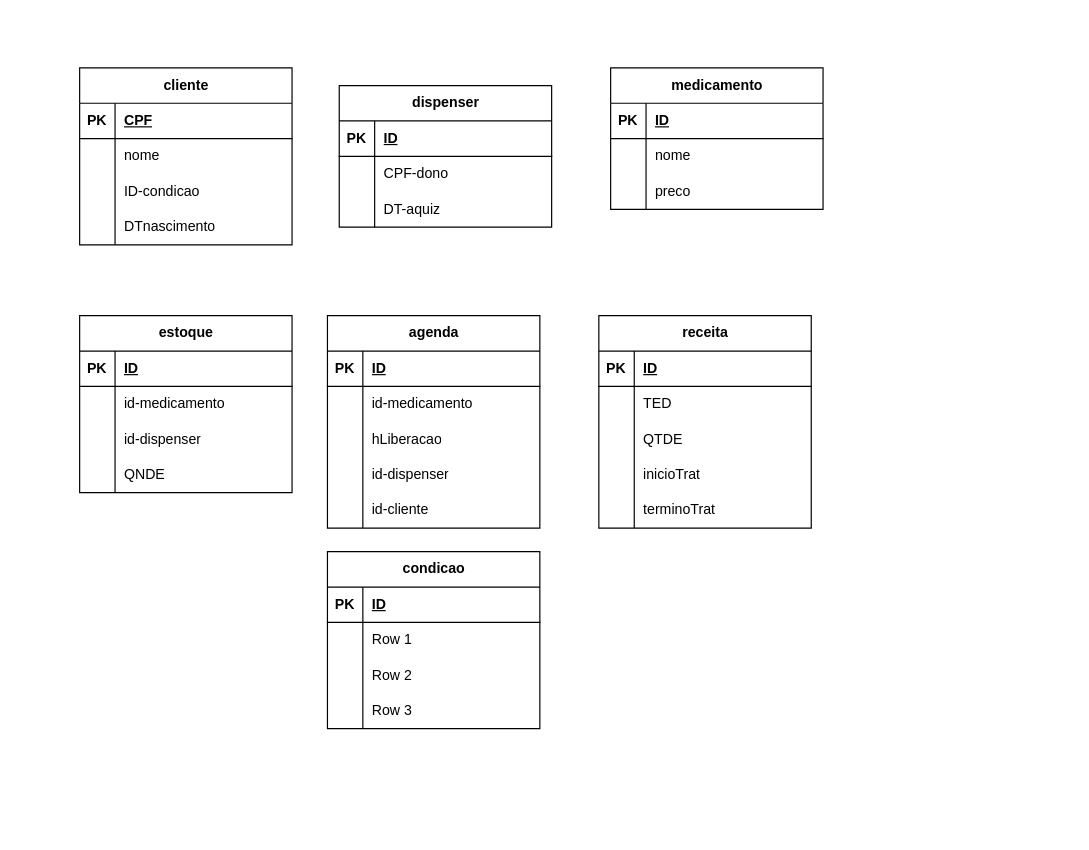
Earlier version of the draw.io diagram Pulse+.drawio (mrOlliveira/Pulse-PlusAPI). Source tidied: cells renumbered, new cells numbered last; positions are measured from the earlier drawing's top-left corner, leaving out a move shared by most shapes. Both pictures are drawn from the tidied source at 118%, with x=0, y=0 at pixel (79, 67).
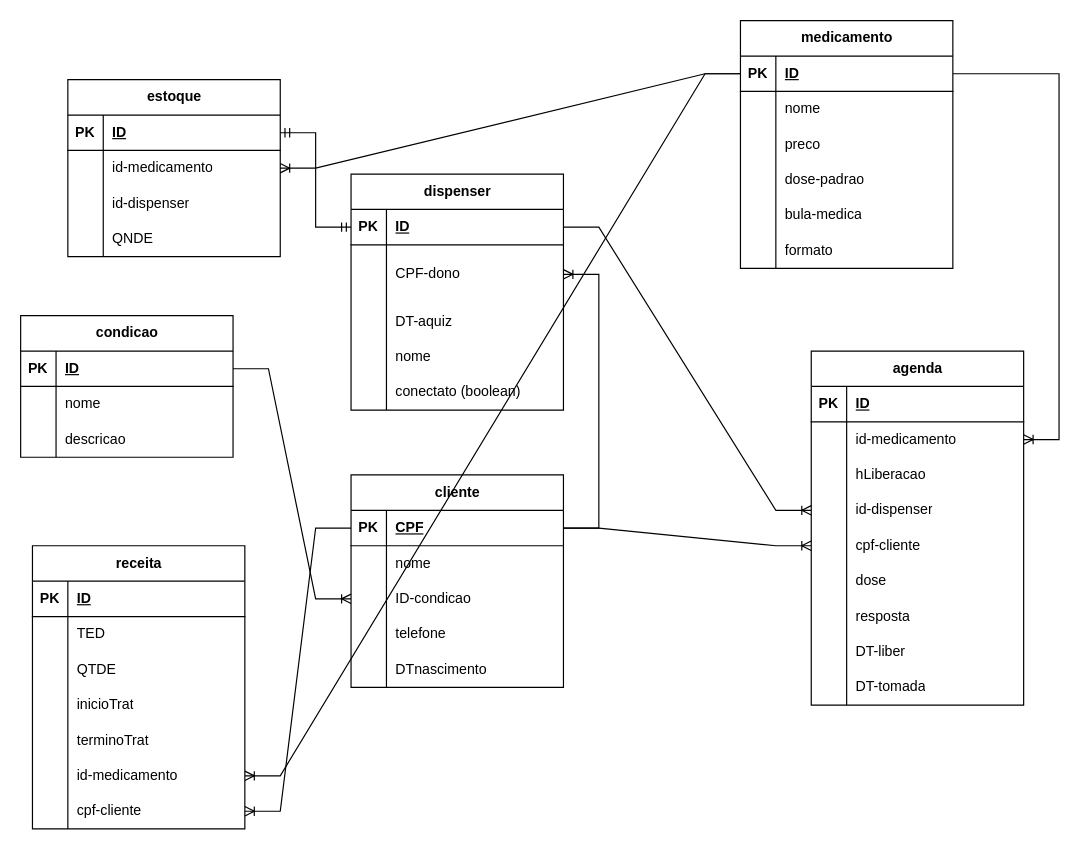
The same page after the edit.

Unchanged cells that the change refers to:
```xml
<mxCell id="3" style="shape=tableRow;horizontal=0;startSize=0;swimlaneHead=0;swimlaneBody=0;fillColor=none;points=[[0,0.5],[1,0.5]];portConstraint=eastwest;top=0;left=0;right=0;bottom=1;" parent="2" vertex="1">
  <mxGeometry y="30" width="180" height="30" as="geometry" />
</mxCell>
<mxCell id="13" style="shape=tableRow;horizontal=0;startSize=0;swimlaneHead=0;swimlaneBody=0;fillColor=none;points=[[0,0.5],[1,0.5]];portConstraint=eastwest;top=0;left=0;right=0;bottom=1;" parent="12" vertex="1">
  <mxGeometry y="30" width="180" height="30" as="geometry" />
</mxCell>
<mxCell id="19" style="shape=tableRow;horizontal=0;startSize=0;swimlaneHead=0;swimlaneBody=0;fillColor=none;points=[[0,0.5],[1,0.5]];portConstraint=eastwest;top=0;left=0;right=0;bottom=0;" parent="12" vertex="1">
  <mxGeometry y="90" width="180" height="30" as="geometry" />
</mxCell>
<mxCell id="26" style="shape=tableRow;horizontal=0;startSize=0;swimlaneHead=0;swimlaneBody=0;fillColor=none;points=[[0,0.5],[1,0.5]];portConstraint=eastwest;top=0;left=0;right=0;bottom=1;" parent="25" vertex="1">
  <mxGeometry y="30" width="180" height="30" as="geometry" />
</mxCell>
<mxCell id="36" style="shape=tableRow;horizontal=0;startSize=0;swimlaneHead=0;swimlaneBody=0;fillColor=none;points=[[0,0.5],[1,0.5]];portConstraint=eastwest;top=0;left=0;right=0;bottom=1;" parent="35" vertex="1">
  <mxGeometry y="30" width="180" height="30" as="geometry" />
</mxCell>
<mxCell id="39" style="shape=tableRow;horizontal=0;startSize=0;swimlaneHead=0;swimlaneBody=0;fillColor=none;points=[[0,0.5],[1,0.5]];portConstraint=eastwest;top=0;left=0;right=0;bottom=0;" parent="35" vertex="1">
  <mxGeometry y="60" width="180" height="30" as="geometry" />
</mxCell>
<mxCell id="52" style="shape=tableRow;horizontal=0;startSize=0;swimlaneHead=0;swimlaneBody=0;fillColor=none;points=[[0,0.5],[1,0.5]];portConstraint=eastwest;top=0;left=0;right=0;bottom=0;" parent="48" vertex="1">
  <mxGeometry y="60" width="180" height="30" as="geometry" />
</mxCell>
<mxCell id="58" style="shape=tableRow;horizontal=0;startSize=0;swimlaneHead=0;swimlaneBody=0;fillColor=none;points=[[0,0.5],[1,0.5]];portConstraint=eastwest;top=0;left=0;right=0;bottom=0;" parent="48" vertex="1">
  <mxGeometry y="120" width="180" height="30" as="geometry" />
</mxCell>
<mxCell id="61" style="shape=tableRow;horizontal=0;startSize=0;swimlaneHead=0;swimlaneBody=0;fillColor=none;points=[[0,0.5],[1,0.5]];portConstraint=eastwest;top=0;left=0;right=0;bottom=0;" parent="48" vertex="1">
  <mxGeometry y="150" width="180" height="30" as="geometry" />
</mxCell>
<mxCell id="81" style="shape=tableRow;horizontal=0;startSize=0;swimlaneHead=0;swimlaneBody=0;fillColor=none;points=[[0,0.5],[1,0.5]];portConstraint=eastwest;top=0;left=0;right=0;bottom=1;" parent="80" vertex="1">
  <mxGeometry y="30" width="180" height="30" as="geometry" />
</mxCell>
<mxCell id="84" style="shape=tableRow;horizontal=0;startSize=0;swimlaneHead=0;swimlaneBody=0;fillColor=none;top=0;left=0;right=0;bottom=0;" parent="80" vertex="1">
  <mxGeometry y="60" width="180" height="30" as="geometry" />
</mxCell>
<mxCell id="87" style="shape=tableRow;horizontal=0;startSize=0;swimlaneHead=0;swimlaneBody=0;fillColor=none;top=0;left=0;right=0;bottom=0;" parent="80" vertex="1">
  <mxGeometry y="90" width="180" height="30" as="geometry" />
</mxCell>
```

Diff of the diagram source:
```diff
@@
     <mxCell id="2" value="dispenser" style="shape=table;startSize=30;childLayout=tableLayout;rowLines=0;fontStyle=1;align=center;html=1;" parent="1" vertex="1">
-      <mxGeometry x="220" y="15" width="180" height="120" as="geometry" />
+      <mxGeometry x="230" y="90" width="180" height="200" as="geometry" />
     </mxCell>
@@
     <mxCell id="6" style="shape=tableRow;horizontal=0;startSize=0;swimlaneHead=0;swimlaneBody=0;fillColor=none;points=[[0,0.5],[1,0.5]];portConstraint=eastwest;top=0;left=0;right=0;bottom=0;" parent="2" vertex="1">
-      <mxGeometry y="60" width="180" height="30" as="geometry" />
+      <mxGeometry y="60" width="180" height="50" as="geometry" />
     </mxCell>
     <mxCell id="7" style="shape=partialRectangle;fillColor=none;top=0;left=0;bottom=0;right=0;overflow=hidden;whiteSpace=wrap;html=1;" parent="6" vertex="1">
-      <mxGeometry width="30" height="30" as="geometry" />
+      <mxGeometry width="30" height="50" as="geometry" />
     </mxCell>
     <mxCell id="8" value="CPF-dono" style="shape=partialRectangle;fillColor=none;top=0;left=0;bottom=0;right=0;align=left;spacingLeft=6;overflow=hidden;whiteSpace=wrap;html=1;" parent="6" vertex="1">
-      <mxGeometry x="30" width="150" height="30" as="geometry" />
+      <mxGeometry x="30" width="150" height="50" as="geometry" />
     </mxCell>
     <mxCell id="9" style="shape=tableRow;horizontal=0;startSize=0;swimlaneHead=0;swimlaneBody=0;fillColor=none;top=0;left=0;right=0;bottom=0;" parent="2" vertex="1">
-      <mxGeometry y="90" width="180" height="30" as="geometry" />
+      <mxGeometry y="110" width="180" height="30" as="geometry" />
     </mxCell>
@@
+    <mxCell id="93" style="shape=tableRow;horizontal=0;startSize=0;swimlaneHead=0;swimlaneBody=0;fillColor=none;top=0;left=0;right=0;bottom=0;" parent="2" vertex="1">
+      <mxGeometry y="140" width="180" height="30" as="geometry" />
+    </mxCell>
+    <mxCell id="94" style="shape=partialRectangle;fillColor=none;top=0;left=0;bottom=0;right=0;overflow=hidden;whiteSpace=wrap;html=1;" parent="93" vertex="1">
+      <mxGeometry width="30" height="30" as="geometry" />
+    </mxCell>
+    <mxCell id="95" value="nome" style="shape=partialRectangle;fillColor=none;top=0;left=0;bottom=0;right=0;align=left;spacingLeft=6;overflow=hidden;whiteSpace=wrap;html=1;" parent="93" vertex="1">
+      <mxGeometry x="30" width="150" height="30" as="geometry" />
+    </mxCell>
+    <mxCell id="96" style="shape=tableRow;horizontal=0;startSize=0;swimlaneHead=0;swimlaneBody=0;fillColor=none;top=0;left=0;right=0;bottom=0;" parent="2" vertex="1">
+      <mxGeometry y="170" width="180" height="30" as="geometry" />
+    </mxCell>
+    <mxCell id="97" style="shape=partialRectangle;fillColor=none;top=0;left=0;bottom=0;right=0;overflow=hidden;whiteSpace=wrap;html=1;" parent="96" vertex="1">
+      <mxGeometry width="30" height="30" as="geometry" />
+    </mxCell>
+    <mxCell id="98" value="conectato (boolean)" style="shape=partialRectangle;fillColor=none;top=0;left=0;bottom=0;right=0;align=left;spacingLeft=6;overflow=hidden;whiteSpace=wrap;html=1;" parent="96" vertex="1">
+      <mxGeometry x="30" width="150" height="30" as="geometry" />
+    </mxCell>
     <mxCell id="12" value="cliente" style="shape=table;startSize=30;childLayout=tableLayout;rowLines=0;fontStyle=1;align=center;html=1;" parent="1" vertex="1">
-      <mxGeometry width="180" height="150" as="geometry" />
+      <mxGeometry x="230" y="345" width="180" height="180" as="geometry" />
     </mxCell>
@@
+    <mxCell id="99" style="shape=tableRow;horizontal=0;startSize=0;swimlaneHead=0;swimlaneBody=0;fillColor=none;top=0;left=0;right=0;bottom=0;" parent="12" vertex="1">
+      <mxGeometry y="120" width="180" height="30" as="geometry" />
+    </mxCell>
+    <mxCell id="100" style="shape=partialRectangle;fillColor=none;top=0;left=0;bottom=0;right=0;overflow=hidden;whiteSpace=wrap;html=1;" parent="99" vertex="1">
+      <mxGeometry width="30" height="30" as="geometry" />
+    </mxCell>
+    <mxCell id="101" value="telefone" style="shape=partialRectangle;fillColor=none;top=0;left=0;bottom=0;right=0;align=left;spacingLeft=6;overflow=hidden;whiteSpace=wrap;html=1;" parent="99" vertex="1">
+      <mxGeometry x="30" width="150" height="30" as="geometry" />
+    </mxCell>
     <mxCell id="22" style="shape=tableRow;horizontal=0;startSize=0;swimlaneHead=0;swimlaneBody=0;fillColor=none;top=0;left=0;right=0;bottom=0;" parent="12" vertex="1">
-      <mxGeometry y="120" width="180" height="30" as="geometry" />
+      <mxGeometry y="150" width="180" height="30" as="geometry" />
     </mxCell>
@@
     <mxCell id="25" value="medicamento" style="shape=table;startSize=30;childLayout=tableLayout;rowLines=0;fontStyle=1;align=center;html=1;" parent="1" vertex="1">
-      <mxGeometry x="450" width="180" height="120" as="geometry" />
+      <mxGeometry x="560" y="-40" width="180" height="210" as="geometry" />
     </mxCell>
@@
+    <mxCell id="102" style="shape=tableRow;horizontal=0;startSize=0;swimlaneHead=0;swimlaneBody=0;fillColor=none;top=0;left=0;right=0;bottom=0;" parent="25" vertex="1">
+      <mxGeometry y="120" width="180" height="30" as="geometry" />
+    </mxCell>
+    <mxCell id="103" style="shape=partialRectangle;fillColor=none;top=0;left=0;bottom=0;right=0;overflow=hidden;whiteSpace=wrap;html=1;" parent="102" vertex="1">
+      <mxGeometry width="30" height="30" as="geometry" />
+    </mxCell>
+    <mxCell id="104" value="dose-padrao" style="shape=partialRectangle;fillColor=none;top=0;left=0;bottom=0;right=0;align=left;spacingLeft=6;overflow=hidden;whiteSpace=wrap;html=1;" parent="102" vertex="1">
+      <mxGeometry x="30" width="150" height="30" as="geometry" />
+    </mxCell>
+    <mxCell id="105" style="shape=tableRow;horizontal=0;startSize=0;swimlaneHead=0;swimlaneBody=0;fillColor=none;top=0;left=0;right=0;bottom=0;" parent="25" vertex="1">
+      <mxGeometry y="150" width="180" height="30" as="geometry" />
+    </mxCell>
+    <mxCell id="106" style="shape=partialRectangle;fillColor=none;top=0;left=0;bottom=0;right=0;overflow=hidden;whiteSpace=wrap;html=1;" parent="105" vertex="1">
+      <mxGeometry width="30" height="30" as="geometry" />
+    </mxCell>
+    <mxCell id="107" value="bula-medica" style="shape=partialRectangle;fillColor=none;top=0;left=0;bottom=0;right=0;align=left;spacingLeft=6;overflow=hidden;whiteSpace=wrap;html=1;" parent="105" vertex="1">
+      <mxGeometry x="30" width="150" height="30" as="geometry" />
+    </mxCell>
+    <mxCell id="108" style="shape=tableRow;horizontal=0;startSize=0;swimlaneHead=0;swimlaneBody=0;fillColor=none;top=0;left=0;right=0;bottom=0;" parent="25" vertex="1">
+      <mxGeometry y="180" width="180" height="30" as="geometry" />
+    </mxCell>
+    <mxCell id="109" style="shape=partialRectangle;fillColor=none;top=0;left=0;bottom=0;right=0;overflow=hidden;whiteSpace=wrap;html=1;" parent="108" vertex="1">
+      <mxGeometry width="30" height="30" as="geometry" />
+    </mxCell>
+    <mxCell id="110" value="formato" style="shape=partialRectangle;fillColor=none;top=0;left=0;bottom=0;right=0;align=left;spacingLeft=6;overflow=hidden;whiteSpace=wrap;html=1;" parent="108" vertex="1">
+      <mxGeometry x="30" width="150" height="30" as="geometry" />
+    </mxCell>
     <mxCell id="35" value="estoque" style="shape=table;startSize=30;childLayout=tableLayout;rowLines=0;fontStyle=1;align=center;html=1;" parent="1" vertex="1">
-      <mxGeometry y="210" width="180" height="150" as="geometry" />
+      <mxGeometry x="-10" y="10" width="180" height="150" as="geometry" />
     </mxCell>
@@
     <mxCell id="48" value="agenda" style="shape=table;startSize=30;childLayout=tableLayout;rowLines=0;fontStyle=1;align=center;html=1;" parent="1" vertex="1">
-      <mxGeometry x="210" y="210" width="180" height="180" as="geometry" />
+      <mxGeometry x="620" y="240" width="180" height="300" as="geometry" />
     </mxCell>
@@
-    <mxCell id="63" value="id-cliente" style="shape=partialRectangle;fillColor=none;top=0;left=0;bottom=0;right=0;align=left;spacingLeft=6;overflow=hidden;whiteSpace=wrap;html=1;" parent="61" vertex="1">
+    <mxCell id="63" value="cpf-cliente" style="shape=partialRectangle;fillColor=none;top=0;left=0;bottom=0;right=0;align=left;spacingLeft=6;overflow=hidden;whiteSpace=wrap;html=1;" parent="61" vertex="1">
       <mxGeometry x="30" width="150" height="30" as="geometry" />
     </mxCell>
+    <mxCell id="111" style="shape=tableRow;horizontal=0;startSize=0;swimlaneHead=0;swimlaneBody=0;fillColor=none;top=0;left=0;right=0;bottom=0;" parent="48" vertex="1">
+      <mxGeometry y="180" width="180" height="30" as="geometry" />
+    </mxCell>
+    <mxCell id="112" style="shape=partialRectangle;fillColor=none;top=0;left=0;bottom=0;right=0;overflow=hidden;whiteSpace=wrap;html=1;" parent="111" vertex="1">
+      <mxGeometry width="30" height="30" as="geometry" />
+    </mxCell>
+    <mxCell id="113" value="dose" style="shape=partialRectangle;fillColor=none;top=0;left=0;bottom=0;right=0;align=left;spacingLeft=6;overflow=hidden;whiteSpace=wrap;html=1;" parent="111" vertex="1">
+      <mxGeometry x="30" width="150" height="30" as="geometry" />
+    </mxCell>
+    <mxCell id="114" style="shape=tableRow;horizontal=0;startSize=0;swimlaneHead=0;swimlaneBody=0;fillColor=none;top=0;left=0;right=0;bottom=0;" parent="48" vertex="1">
+      <mxGeometry y="210" width="180" height="30" as="geometry" />
+    </mxCell>
+    <mxCell id="115" style="shape=partialRectangle;fillColor=none;top=0;left=0;bottom=0;right=0;overflow=hidden;whiteSpace=wrap;html=1;" parent="114" vertex="1">
+      <mxGeometry width="30" height="30" as="geometry" />
+    </mxCell>
+    <mxCell id="116" value="resposta" style="shape=partialRectangle;fillColor=none;top=0;left=0;bottom=0;right=0;align=left;spacingLeft=6;overflow=hidden;whiteSpace=wrap;html=1;" parent="114" vertex="1">
+      <mxGeometry x="30" width="150" height="30" as="geometry" />
+    </mxCell>
+    <mxCell id="117" style="shape=tableRow;horizontal=0;startSize=0;swimlaneHead=0;swimlaneBody=0;fillColor=none;top=0;left=0;right=0;bottom=0;" parent="48" vertex="1">
+      <mxGeometry y="240" width="180" height="30" as="geometry" />
+    </mxCell>
+    <mxCell id="118" style="shape=partialRectangle;fillColor=none;top=0;left=0;bottom=0;right=0;overflow=hidden;whiteSpace=wrap;html=1;" parent="117" vertex="1">
+      <mxGeometry width="30" height="30" as="geometry" />
+    </mxCell>
+    <mxCell id="119" value="DT-liber" style="shape=partialRectangle;fillColor=none;top=0;left=0;bottom=0;right=0;align=left;spacingLeft=6;overflow=hidden;whiteSpace=wrap;html=1;" parent="117" vertex="1">
+      <mxGeometry x="30" width="150" height="30" as="geometry" />
+    </mxCell>
+    <mxCell id="120" style="shape=tableRow;horizontal=0;startSize=0;swimlaneHead=0;swimlaneBody=0;fillColor=none;top=0;left=0;right=0;bottom=0;" parent="48" vertex="1">
+      <mxGeometry y="270" width="180" height="30" as="geometry" />
+    </mxCell>
+    <mxCell id="121" style="shape=partialRectangle;fillColor=none;top=0;left=0;bottom=0;right=0;overflow=hidden;whiteSpace=wrap;html=1;" parent="120" vertex="1">
+      <mxGeometry width="30" height="30" as="geometry" />
+    </mxCell>
+    <mxCell id="122" value="DT-tomada" style="shape=partialRectangle;fillColor=none;top=0;left=0;bottom=0;right=0;align=left;spacingLeft=6;overflow=hidden;whiteSpace=wrap;html=1;" parent="120" vertex="1">
+      <mxGeometry x="30" width="150" height="30" as="geometry" />
+    </mxCell>
     <mxCell id="64" value="receita" style="shape=table;startSize=30;childLayout=tableLayout;rowLines=0;fontStyle=1;align=center;html=1;" parent="1" vertex="1">
-      <mxGeometry x="440" y="210" width="180" height="180" as="geometry" />
+      <mxGeometry x="-40" y="405" width="180" height="240" as="geometry" />
     </mxCell>
@@
+    <mxCell id="123" style="shape=tableRow;horizontal=0;startSize=0;swimlaneHead=0;swimlaneBody=0;fillColor=none;points=[[0,0.5],[1,0.5]];portConstraint=eastwest;top=0;left=0;right=0;bottom=0;" parent="64" vertex="1">
+      <mxGeometry y="180" width="180" height="30" as="geometry" />
+    </mxCell>
+    <mxCell id="124" style="shape=partialRectangle;fillColor=none;top=0;left=0;bottom=0;right=0;overflow=hidden;whiteSpace=wrap;html=1;" parent="123" vertex="1">
+      <mxGeometry width="30" height="30" as="geometry" />
+    </mxCell>
+    <mxCell id="125" value="id-medicamento" style="shape=partialRectangle;fillColor=none;top=0;left=0;bottom=0;right=0;align=left;spacingLeft=6;overflow=hidden;whiteSpace=wrap;html=1;" parent="123" vertex="1">
+      <mxGeometry x="30" width="150" height="30" as="geometry" />
+    </mxCell>
+    <mxCell id="126" style="shape=tableRow;horizontal=0;startSize=0;swimlaneHead=0;swimlaneBody=0;fillColor=none;points=[[0,0.5],[1,0.5]];portConstraint=eastwest;top=0;left=0;right=0;bottom=0;" parent="64" vertex="1">
+      <mxGeometry y="210" width="180" height="30" as="geometry" />
+    </mxCell>
+    <mxCell id="127" style="shape=partialRectangle;fillColor=none;top=0;left=0;bottom=0;right=0;overflow=hidden;whiteSpace=wrap;html=1;" parent="126" vertex="1">
+      <mxGeometry width="30" height="30" as="geometry" />
+    </mxCell>
+    <mxCell id="128" value="cpf-cliente" style="shape=partialRectangle;fillColor=none;top=0;left=0;bottom=0;right=0;align=left;spacingLeft=6;overflow=hidden;whiteSpace=wrap;html=1;" parent="126" vertex="1">
+      <mxGeometry x="30" width="150" height="30" as="geometry" />
+    </mxCell>
     <mxCell id="80" value="condicao" style="shape=table;startSize=30;childLayout=tableLayout;rowLines=0;fontStyle=1;align=center;html=1;" parent="1" vertex="1">
-      <mxGeometry x="210" y="410" width="180" height="150" as="geometry" />
+      <mxGeometry x="-50" y="210" width="180" height="120" as="geometry" />
     </mxCell>
@@
-    <mxCell id="86" value="Row 1" style="shape=partialRectangle;fillColor=none;top=0;left=0;bottom=0;right=0;align=left;spacingLeft=6;overflow=hidden;whiteSpace=wrap;html=1;" parent="84" vertex="1">
+    <mxCell id="86" value="nome" style="shape=partialRectangle;fillColor=none;top=0;left=0;bottom=0;right=0;align=left;spacingLeft=6;overflow=hidden;whiteSpace=wrap;html=1;" parent="84" vertex="1">
       <mxGeometry x="30" width="150" height="30" as="geometry" />
     </mxCell>
@@
-    <mxCell id="89" value="Row 2" style="shape=partialRectangle;fillColor=none;top=0;left=0;bottom=0;right=0;align=left;spacingLeft=6;overflow=hidden;whiteSpace=wrap;html=1;" parent="87" vertex="1">
+    <mxCell id="89" value="descricao" style="shape=partialRectangle;fillColor=none;top=0;left=0;bottom=0;right=0;align=left;spacingLeft=6;overflow=hidden;whiteSpace=wrap;html=1;" parent="87" vertex="1">
       <mxGeometry x="30" width="150" height="30" as="geometry" />
     </mxCell>
-    <mxCell id="90" style="shape=tableRow;horizontal=0;startSize=0;swimlaneHead=0;swimlaneBody=0;fillColor=none;top=0;left=0;right=0;bottom=0;" parent="80" vertex="1">
-      <mxGeometry y="120" width="180" height="30" as="geometry" />
-    </mxCell>
-    <mxCell id="91" style="shape=partialRectangle;fillColor=none;top=0;left=0;bottom=0;right=0;overflow=hidden;whiteSpace=wrap;html=1;" parent="90" vertex="1">
-      <mxGeometry width="30" height="30" as="geometry" />
-    </mxCell>
-    <mxCell id="92" value="Row 3" style="shape=partialRectangle;fillColor=none;top=0;left=0;bottom=0;right=0;align=left;spacingLeft=6;overflow=hidden;whiteSpace=wrap;html=1;" parent="90" vertex="1">
-      <mxGeometry x="30" width="150" height="30" as="geometry" />
-    </mxCell>
+    <mxCell id="129" style="edgeStyle=entityRelationEdgeStyle;fontSize=12;html=1;endArrow=ERoneToMany;rounded=0;exitX=1;exitY=0.5;exitDx=0;exitDy=0;" parent="1" edge="1" source="81" target="19">
+      <mxGeometry relative="1" as="geometry">
+        <Array as="points">
+          <mxPoint x="200" y="500" />
+          <mxPoint x="-200" y="-20" />
+          <mxPoint x="170" y="270" />
+          <mxPoint x="180" y="420" />
+          <mxPoint x="180" y="340" />
+        </Array>
+      </mxGeometry>
+    </mxCell>
+    <mxCell id="130" style="edgeStyle=entityRelationEdgeStyle;fontSize=12;html=1;endArrow=ERoneToMany;rounded=0;entryX=1;entryY=0.5;entryDx=0;entryDy=0;exitX=1;exitY=0.5;exitDx=0;exitDy=0;" parent="1" edge="1" source="13" target="6">
+      <mxGeometry relative="1" as="geometry" />
+    </mxCell>
+    <mxCell id="131" style="edgeStyle=entityRelationEdgeStyle;fontSize=12;html=1;endArrow=ERoneToMany;rounded=0;exitX=1;exitY=0.5;exitDx=0;exitDy=0;entryX=0;entryY=0.5;entryDx=0;entryDy=0;" parent="1" edge="1" source="13" target="61">
+      <mxGeometry relative="1" as="geometry" />
+    </mxCell>
+    <mxCell id="132" style="edgeStyle=entityRelationEdgeStyle;fontSize=12;html=1;endArrow=ERoneToMany;rounded=0;entryX=1;entryY=0.5;entryDx=0;entryDy=0;exitX=0;exitY=0.5;exitDx=0;exitDy=0;" parent="1" edge="1" source="13" target="126">
+      <mxGeometry relative="1" as="geometry" />
+    </mxCell>
+    <mxCell id="133" style="edgeStyle=entityRelationEdgeStyle;fontSize=12;html=1;endArrow=ERmandOne;startArrow=ERmandOne;rounded=0;" parent="1" edge="1" source="36" target="3">
+      <mxGeometry relative="1" as="geometry">
+        <Array as="points">
+          <mxPoint x="-140" />
+          <mxPoint x="-350" y="130" />
+          <mxPoint x="-180" y="10" />
+          <mxPoint x="-340" y="130" />
+          <mxPoint x="-150" y="120" />
+        </Array>
+      </mxGeometry>
+    </mxCell>
+    <mxCell id="134" style="edgeStyle=entityRelationEdgeStyle;fontSize=12;html=1;endArrow=ERoneToMany;rounded=0;" parent="1" edge="1" source="3" target="58">
+      <mxGeometry relative="1" as="geometry" />
+    </mxCell>
+    <mxCell id="135" style="edgeStyle=entityRelationEdgeStyle;fontSize=12;html=1;endArrow=ERoneToMany;rounded=0;exitX=0;exitY=0.5;exitDx=0;exitDy=0;" parent="1" edge="1" source="26" target="39">
+      <mxGeometry relative="1" as="geometry" />
+    </mxCell>
+    <mxCell id="136" style="edgeStyle=entityRelationEdgeStyle;fontSize=12;html=1;endArrow=ERoneToMany;rounded=0;" parent="1" edge="1" source="26" target="52">
+      <mxGeometry relative="1" as="geometry" />
+    </mxCell>
+    <mxCell id="137" style="edgeStyle=entityRelationEdgeStyle;fontSize=12;html=1;endArrow=ERoneToMany;rounded=0;" parent="1" edge="1" source="26" target="123">
+      <mxGeometry relative="1" as="geometry">
+        <Array as="points">
+          <mxPoint x="510" y="590" />
+        </Array>
+      </mxGeometry>
+    </mxCell>
```
